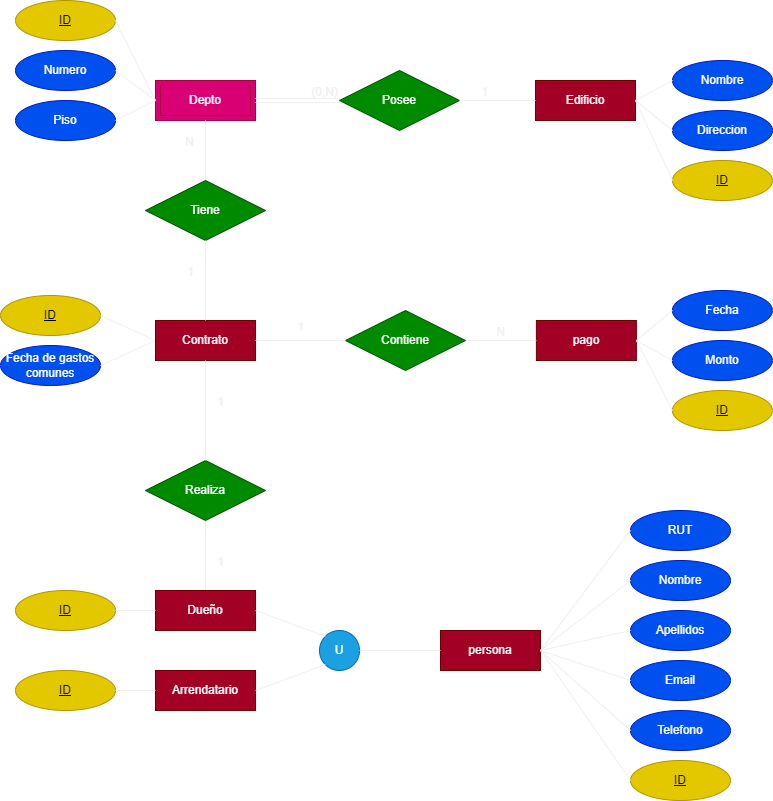
This is Graphs/Modelo ER en PNG.png from MatiassOrellana/NewConsejeria, a draw.io export, as it was before one commit. Source tidied: cells renumbered, new cells last; positions are measured from the earlier drawing's top-left corner, leaving out a move shared by most shapes.
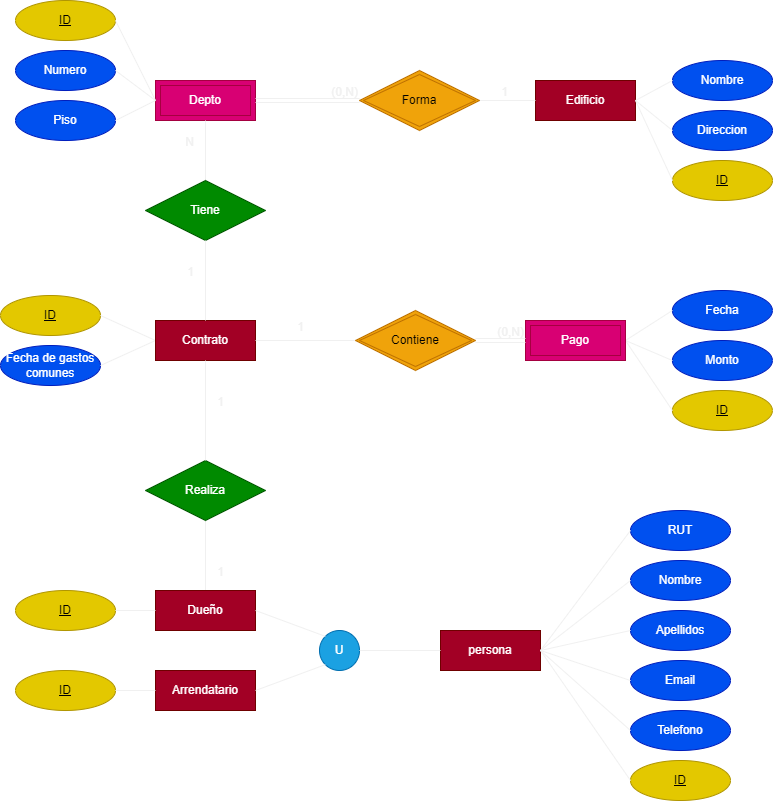
Later version of the same file.

Change to the diagram source:
```diff
@@ -11,13 +11,7 @@
     <mxCell id="4" value="Depto" style="shape=ext;margin=3;double=1;whiteSpace=wrap;html=1;align=center;fillColor=#d80073;fontColor=#ffffff;strokeColor=#A50040;" parent="1" vertex="1">
       <mxGeometry x="155" y="80" width="100" height="40" as="geometry" />
     </mxCell>
-    <mxCell id="5" value="pago" style="whiteSpace=wrap;html=1;align=center;fillColor=#a20025;fontColor=#ffffff;strokeColor=#6F0000;" parent="1" vertex="1">
-      <mxGeometry x="535.9" y="320" width="100" height="40" as="geometry" />
-    </mxCell>
-    <mxCell id="6" value="Posee" style="shape=rhombus;perimeter=rhombusPerimeter;whiteSpace=wrap;html=1;align=center;fillColor=#008a00;fontColor=#ffffff;strokeColor=#005700;" parent="1" vertex="1">
-      <mxGeometry x="339" y="70" width="120" height="60" as="geometry" />
-    </mxCell>
-    <mxCell id="7" style="endArrow=none;html=1;rounded=0;exitX=0;exitY=0.5;exitDx=0;exitDy=0;entryX=1;entryY=0.5;entryDx=0;entryDy=0;" parent="1" edge="1" source="2" target="6">
+    <mxCell id="7" style="endArrow=none;html=1;rounded=0;exitX=0;exitY=0.5;exitDx=0;exitDy=0;entryX=1;entryY=0.5;entryDx=0;entryDy=0;" parent="1" edge="1" source="2" target="74">
       <mxGeometry relative="1" as="geometry" />
     </mxCell>
     <mxCell id="8" value="1" style="html=1;whiteSpace=wrap;align=right;verticalAlign=bottom;" parent="7" vertex="1">
@@ -25,7 +19,7 @@
         <mxPoint x="30" as="offset" />
       </mxGeometry>
     </mxCell>
-    <mxCell id="9" style="shape=link;html=1;rounded=0;exitX=1;exitY=0.5;exitDx=0;exitDy=0;" parent="1" edge="1" source="4" target="6">
+    <mxCell id="9" style="shape=link;html=1;rounded=0;exitX=1;exitY=0.5;exitDx=0;exitDy=0;entryX=0;entryY=0.5;entryDx=0;entryDy=0;" parent="1" edge="1" source="4" target="74">
       <mxGeometry relative="1" as="geometry" />
     </mxCell>
     <mxCell id="10" value="(0,N)" style="html=1;whiteSpace=wrap;align=right;verticalAlign=bottom;" parent="9" vertex="1">
@@ -44,17 +38,9 @@
     </mxCell>
     <mxCell id="14" value="1" style="html=1;whiteSpace=wrap;align=right;verticalAlign=bottom;" parent="13" vertex="1">
       <mxGeometry x="1" relative="1" as="geometry">
-        <mxPoint x="20" y="50" as="offset" />
+        <mxPoint x="20" y="60" as="offset" />
       </mxGeometry>
     </mxCell>
-    <mxCell id="15" style="endArrow=none;html=1;rounded=0;exitX=1;exitY=0.5;exitDx=0;exitDy=0;" parent="1" edge="1" source="63" target="5">
-      <mxGeometry relative="1" as="geometry" />
-    </mxCell>
-    <mxCell id="16" value="N" style="html=1;whiteSpace=wrap;align=right;verticalAlign=bottom;" parent="15" vertex="1">
-      <mxGeometry x="1" relative="1" as="geometry">
-        <mxPoint x="-30" as="offset" />
-      </mxGeometry>
-    </mxCell>
     <mxCell id="17" value="Nombre" style="ellipse;whiteSpace=wrap;html=1;align=center;fillColor=#0050ef;fontColor=#ffffff;strokeColor=#001DBC;" parent="1" vertex="1">
       <mxGeometry x="672" y="60" width="100" height="40" as="geometry" />
     </mxCell>
@@ -91,10 +77,10 @@
     <mxCell id="28" value="Monto" style="ellipse;whiteSpace=wrap;html=1;align=center;fillColor=#0050ef;fontColor=#ffffff;strokeColor=#001DBC;" parent="1" vertex="1">
       <mxGeometry x="671.9" y="340" width="100" height="40" as="geometry" />
     </mxCell>
-    <mxCell id="29" style="endArrow=none;html=1;rounded=0;exitX=0;exitY=0.5;exitDx=0;exitDy=0;entryX=1;entryY=0.5;entryDx=0;entryDy=0;" parent="1" edge="1" source="27" target="5">
+    <mxCell id="29" style="endArrow=none;html=1;rounded=0;exitX=0;exitY=0.5;exitDx=0;exitDy=0;entryX=1;entryY=0.5;entryDx=0;entryDy=0;" parent="1" edge="1" source="27" target="71">
       <mxGeometry relative="1" as="geometry" />
     </mxCell>
-    <mxCell id="30" style="endArrow=none;html=1;rounded=0;exitX=0;exitY=0.5;exitDx=0;exitDy=0;entryX=1;entryY=0.5;entryDx=0;entryDy=0;" parent="1" edge="1" source="28" target="5">
+    <mxCell id="30" style="endArrow=none;html=1;rounded=0;exitX=0;exitY=0.5;exitDx=0;exitDy=0;entryX=1;entryY=0.5;entryDx=0;entryDy=0;" parent="1" edge="1" source="28" target="71">
       <mxGeometry relative="1" as="geometry" />
     </mxCell>
     <mxCell id="31" value="RUT" style="ellipse;whiteSpace=wrap;html=1;align=center;fillColor=#0050ef;fontColor=#ffffff;strokeColor=#001DBC;" parent="1" vertex="1">
@@ -148,7 +134,7 @@
     <mxCell id="47" value="ID" style="ellipse;whiteSpace=wrap;html=1;align=center;fontStyle=4;fillColor=#e3c800;fontColor=#000000;strokeColor=#B09500;" parent="1" vertex="1">
       <mxGeometry x="671.9" y="390" width="100" height="40" as="geometry" />
     </mxCell>
-    <mxCell id="48" style="endArrow=none;html=1;rounded=0;exitX=0;exitY=0.5;exitDx=0;exitDy=0;entryX=1;entryY=0.5;entryDx=0;entryDy=0;" parent="1" edge="1" source="47" target="5">
+    <mxCell id="48" style="endArrow=none;html=1;rounded=0;exitX=0;exitY=0.5;exitDx=0;exitDy=0;entryX=1;entryY=0.5;entryDx=0;entryDy=0;" parent="1" edge="1" source="47" target="71">
       <mxGeometry relative="1" as="geometry" />
     </mxCell>
     <mxCell id="49" value="ID" style="ellipse;whiteSpace=wrap;html=1;align=center;fontStyle=4;fillColor=#e3c800;fontColor=#000000;strokeColor=#B09500;" parent="1" vertex="1">
@@ -193,9 +179,6 @@
     <mxCell id="62" value="Tiene" style="shape=rhombus;perimeter=rhombusPerimeter;whiteSpace=wrap;html=1;align=center;fillColor=#008a00;fontColor=#ffffff;strokeColor=#005700;" parent="1" vertex="1">
       <mxGeometry x="145" y="180" width="120" height="60" as="geometry" />
     </mxCell>
-    <mxCell id="63" value="Contiene" style="shape=rhombus;perimeter=rhombusPerimeter;whiteSpace=wrap;html=1;align=center;fillColor=#008a00;fontColor=#ffffff;strokeColor=#005700;" parent="1" vertex="1">
-      <mxGeometry x="345" y="310" width="120" height="60" as="geometry" />
-    </mxCell>
     <mxCell id="64" value="Realiza" style="shape=rhombus;perimeter=rhombusPerimeter;whiteSpace=wrap;html=1;align=center;fillColor=#008a00;fontColor=#ffffff;strokeColor=#005700;" parent="1" vertex="1">
       <mxGeometry x="145" y="460" width="120" height="60" as="geometry" />
     </mxCell>
@@ -223,5 +206,20 @@
         <mxPoint x="50" y="-5" as="offset" />
       </mxGeometry>
     </mxCell>
+    <mxCell id="71" value="Pago" style="shape=ext;margin=3;double=1;whiteSpace=wrap;html=1;align=center;fillColor=#d80073;fontColor=#ffffff;strokeColor=#A50040;" parent="1" vertex="1">
+      <mxGeometry x="525" y="320" width="100" height="40" as="geometry" />
+    </mxCell>
+    <mxCell id="72" style="shape=link;html=1;rounded=0;entryX=0;entryY=0.5;entryDx=0;entryDy=0;exitX=1;exitY=0.5;exitDx=0;exitDy=0;" parent="1" edge="1" source="63" target="71">
+      <mxGeometry relative="1" as="geometry" />
+    </mxCell>
+    <mxCell id="73" value="(0,N)" style="html=1;whiteSpace=wrap;align=right;verticalAlign=bottom;" parent="72" vertex="1">
+      <mxGeometry x="1" relative="1" as="geometry" />
+    </mxCell>
+    <mxCell id="74" value="Forma" style="shape=rhombus;double=1;perimeter=rhombusPerimeter;whiteSpace=wrap;html=1;align=center;fillColor=#f0a30a;fontColor=#000000;strokeColor=#BD7000;" parent="1" vertex="1">
+      <mxGeometry x="359" y="70" width="120" height="60" as="geometry" />
+    </mxCell>
+    <mxCell id="63" value="Contiene" style="shape=rhombus;double=1;perimeter=rhombusPerimeter;whiteSpace=wrap;html=1;align=center;fillColor=#f0a30a;fontColor=#000000;strokeColor=#BD7000;" parent="1" vertex="1">
+      <mxGeometry x="355" y="310" width="120" height="60" as="geometry" />
+    </mxCell>
   </root>
 </mxGraphModel>
```
